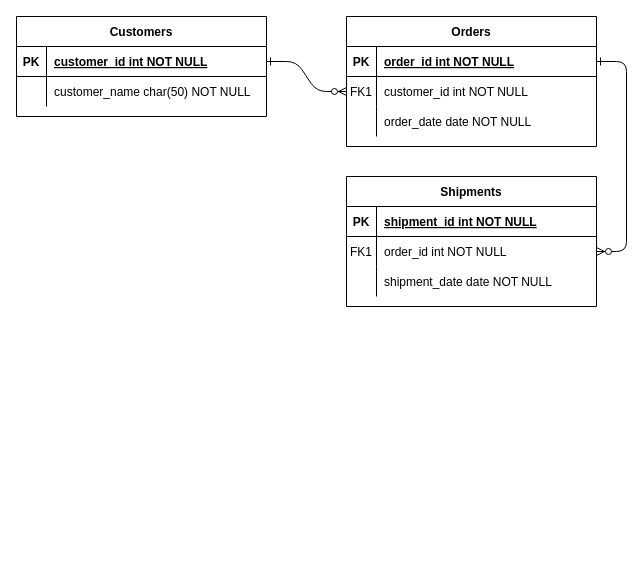
Earlier version of the draw.io diagram ERD-gobus.drawio (nentinur/IF215007-IF215008). Source tidied: cells renumbered, new cells numbered last; positions are measured from the earlier drawing's top-left corner, leaving out a move shared by most shapes. Both pictures are drawn from the tidied source at 100%, with x=0, y=0 at pixel (16, 16).
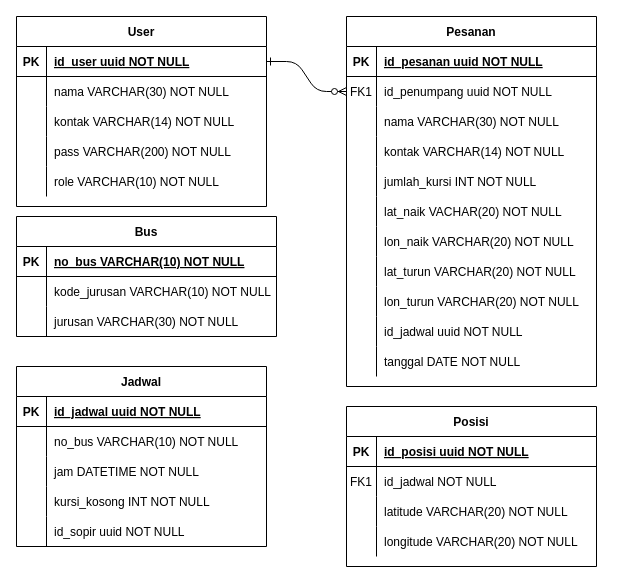
The same diagram, later.

The change refers to these unchanged cells:
```xml
<mxCell id="5" style="shape=partialRectangle;fillColor=none;points=[[0,0.5],[1,0.5]];portConstraint=eastwest;top=0;left=0;right=0;bottom=1;" parent="4" vertex="1">
  <mxGeometry y="30" width="250" height="30" as="geometry" />
</mxCell>
<mxCell id="8" style="shape=partialRectangle;fillColor=none;points=[[0,0.5],[1,0.5]];portConstraint=eastwest;top=0;left=0;right=0;bottom=0;" parent="4" vertex="1">
  <mxGeometry y="60" width="250" height="30" as="geometry" />
</mxCell>
<mxCell id="11" style="shape=partialRectangle;fillColor=none;top=0;left=0;right=0;bottom=0;" parent="4" vertex="1">
  <mxGeometry y="90" width="250" height="30" as="geometry" />
</mxCell>
<mxCell id="15" style="shape=partialRectangle;fillColor=none;top=0;left=0;right=0;bottom=1;" parent="14" vertex="1">
  <mxGeometry y="30" width="250" height="30" as="geometry" />
</mxCell>
<mxCell id="18" style="shape=partialRectangle;fillColor=none;points=[[0,0.5],[1,0.5]];portConstraint=eastwest;top=0;left=0;right=0;bottom=0;" parent="14" vertex="1">
  <mxGeometry y="60" width="250" height="30" as="geometry" />
</mxCell>
<mxCell id="21" style="shape=partialRectangle;fillColor=none;top=0;left=0;right=0;bottom=0;" parent="14" vertex="1">
  <mxGeometry y="90" width="250" height="30" as="geometry" />
</mxCell>
<mxCell id="25" style="shape=partialRectangle;fillColor=none;points=[[0,0.5],[1,0.5]];portConstraint=eastwest;top=0;left=0;right=0;bottom=1;" parent="24" vertex="1">
  <mxGeometry y="30" width="250" height="30" as="geometry" />
</mxCell>
<mxCell id="28" style="shape=partialRectangle;fillColor=none;top=0;left=0;right=0;bottom=0;" parent="24" vertex="1">
  <mxGeometry y="60" width="250" height="30" as="geometry" />
</mxCell>
```

What changed in the source:
```diff
@@
-    <mxCell id="3" style="edgeStyle=entityRelationEdgeStyle;endArrow=ERzeroToMany;startArrow=ERone;endFill=1;startFill=0;" parent="1" edge="1" source="5" target="18">
-      <mxGeometry relative="1" as="geometry" />
-    </mxCell>
-    <mxCell id="4" value="Orders" style="shape=table;startSize=30;childLayout=tableLayout;rowLines=0;fontStyle=1;align=center;" parent="1" vertex="1">
-      <mxGeometry x="330" width="250" height="130" as="geometry" />
+    <mxCell id="4" value="Pesanan" style="shape=table;startSize=30;childLayout=tableLayout;rowLines=0;fontStyle=1;align=center;" parent="1" vertex="1">
+      <mxGeometry x="330" width="250" height="370" as="geometry" />
     </mxCell>
@@
-    <mxCell id="7" value="order_id int NOT NULL " style="shape=partialRectangle;overflow=hidden;fillColor=none;top=0;left=0;bottom=0;right=0;align=left;spacingLeft=6;fontStyle=5;" parent="5" vertex="1">
+    <mxCell id="7" value="id_pesanan uuid NOT NULL " style="shape=partialRectangle;overflow=hidden;fillColor=none;top=0;left=0;bottom=0;right=0;align=left;spacingLeft=6;fontStyle=5;" parent="5" vertex="1">
       <mxGeometry x="30" width="220" height="30" as="geometry" />
     </mxCell>
@@
-    <mxCell id="10" value="customer_id int NOT NULL" style="shape=partialRectangle;overflow=hidden;fillColor=none;top=0;left=0;bottom=0;right=0;align=left;spacingLeft=6;" parent="8" vertex="1">
+    <mxCell id="10" value="id_penumpang uuid NOT NULL" style="shape=partialRectangle;overflow=hidden;fillColor=none;top=0;left=0;bottom=0;right=0;align=left;spacingLeft=6;" parent="8" vertex="1">
       <mxGeometry x="30" width="220" height="30" as="geometry" />
     </mxCell>
@@
-    <mxCell id="13" value="order_date date NOT NULL" style="shape=partialRectangle;overflow=hidden;fillColor=none;top=0;left=0;bottom=0;right=0;align=left;spacingLeft=6;" parent="11" vertex="1">
+    <mxCell id="13" value="nama VARCHAR(30) NOT NULL" style="shape=partialRectangle;overflow=hidden;fillColor=none;top=0;left=0;bottom=0;right=0;align=left;spacingLeft=6;" parent="11" vertex="1">
       <mxGeometry x="30" width="220" height="30" as="geometry" />
     </mxCell>
+    <mxCell id="31" style="shape=partialRectangle;fillColor=none;top=0;left=0;right=0;bottom=0;" parent="4" vertex="1">
+      <mxGeometry y="120" width="250" height="30" as="geometry" />
+    </mxCell>
+    <mxCell id="32" style="shape=partialRectangle;overflow=hidden;fillColor=none;top=0;left=0;bottom=0;right=0;" parent="31" vertex="1">
+      <mxGeometry width="30" height="30" as="geometry" />
+    </mxCell>
+    <mxCell id="33" value="kontak VARCHAR(14) NOT NULL" style="shape=partialRectangle;overflow=hidden;fillColor=none;top=0;left=0;bottom=0;right=0;align=left;spacingLeft=6;" parent="31" vertex="1">
+      <mxGeometry x="30" width="220" height="30" as="geometry" />
+    </mxCell>
+    <mxCell id="34" style="shape=partialRectangle;fillColor=none;top=0;left=0;right=0;bottom=0;" parent="4" vertex="1">
+      <mxGeometry y="150" width="250" height="30" as="geometry" />
+    </mxCell>
+    <mxCell id="35" style="shape=partialRectangle;overflow=hidden;fillColor=none;top=0;left=0;bottom=0;right=0;" parent="34" vertex="1">
+      <mxGeometry width="30" height="30" as="geometry" />
+    </mxCell>
+    <mxCell id="36" value="jumlah_kursi INT NOT NULL" style="shape=partialRectangle;overflow=hidden;fillColor=none;top=0;left=0;bottom=0;right=0;align=left;spacingLeft=6;" parent="34" vertex="1">
+      <mxGeometry x="30" width="220" height="30" as="geometry" />
+    </mxCell>
+    <mxCell id="37" style="shape=partialRectangle;fillColor=none;top=0;left=0;right=0;bottom=0;" parent="4" vertex="1">
+      <mxGeometry y="180" width="250" height="30" as="geometry" />
+    </mxCell>
+    <mxCell id="38" style="shape=partialRectangle;overflow=hidden;fillColor=none;top=0;left=0;bottom=0;right=0;" parent="37" vertex="1">
+      <mxGeometry width="30" height="30" as="geometry" />
+    </mxCell>
+    <mxCell id="39" value="lat_naik VACHAR(20) NOT NULL" style="shape=partialRectangle;overflow=hidden;fillColor=none;top=0;left=0;bottom=0;right=0;align=left;spacingLeft=6;" parent="37" vertex="1">
+      <mxGeometry x="30" width="220" height="30" as="geometry" />
+    </mxCell>
+    <mxCell id="40" style="shape=partialRectangle;fillColor=none;top=0;left=0;right=0;bottom=0;" parent="4" vertex="1">
+      <mxGeometry y="210" width="250" height="30" as="geometry" />
+    </mxCell>
+    <mxCell id="41" style="shape=partialRectangle;overflow=hidden;fillColor=none;top=0;left=0;bottom=0;right=0;" parent="40" vertex="1">
+      <mxGeometry width="30" height="30" as="geometry" />
+    </mxCell>
+    <mxCell id="42" value="lon_naik VARCHAR(20) NOT NULL" style="shape=partialRectangle;overflow=hidden;fillColor=none;top=0;left=0;bottom=0;right=0;align=left;spacingLeft=6;" parent="40" vertex="1">
+      <mxGeometry x="30" width="220" height="30" as="geometry" />
+    </mxCell>
+    <mxCell id="43" style="shape=partialRectangle;fillColor=none;top=0;left=0;right=0;bottom=0;" parent="4" vertex="1">
+      <mxGeometry y="240" width="250" height="30" as="geometry" />
+    </mxCell>
+    <mxCell id="44" style="shape=partialRectangle;overflow=hidden;fillColor=none;top=0;left=0;bottom=0;right=0;" parent="43" vertex="1">
+      <mxGeometry width="30" height="30" as="geometry" />
+    </mxCell>
+    <mxCell id="45" value="lat_turun VARCHAR(20) NOT NULL" style="shape=partialRectangle;overflow=hidden;fillColor=none;top=0;left=0;bottom=0;right=0;align=left;spacingLeft=6;" parent="43" vertex="1">
+      <mxGeometry x="30" width="220" height="30" as="geometry" />
+    </mxCell>
+    <mxCell id="46" style="shape=partialRectangle;fillColor=none;top=0;left=0;right=0;bottom=0;" parent="4" vertex="1">
+      <mxGeometry y="270" width="250" height="30" as="geometry" />
+    </mxCell>
+    <mxCell id="47" style="shape=partialRectangle;overflow=hidden;fillColor=none;top=0;left=0;bottom=0;right=0;" parent="46" vertex="1">
+      <mxGeometry width="30" height="30" as="geometry" />
+    </mxCell>
+    <mxCell id="48" value="lon_turun VARCHAR(20) NOT NULL" style="shape=partialRectangle;overflow=hidden;fillColor=none;top=0;left=0;bottom=0;right=0;align=left;spacingLeft=6;" parent="46" vertex="1">
+      <mxGeometry x="30" width="220" height="30" as="geometry" />
+    </mxCell>
+    <mxCell id="49" style="shape=partialRectangle;fillColor=none;top=0;left=0;right=0;bottom=0;" parent="4" vertex="1">
+      <mxGeometry y="300" width="250" height="30" as="geometry" />
+    </mxCell>
+    <mxCell id="50" style="shape=partialRectangle;overflow=hidden;fillColor=none;top=0;left=0;bottom=0;right=0;" parent="49" vertex="1">
+      <mxGeometry width="30" height="30" as="geometry" />
+    </mxCell>
+    <mxCell id="51" value="id_jadwal uuid NOT NULL" style="shape=partialRectangle;overflow=hidden;fillColor=none;top=0;left=0;bottom=0;right=0;align=left;spacingLeft=6;" parent="49" vertex="1">
+      <mxGeometry x="30" width="220" height="30" as="geometry" />
+    </mxCell>
+    <mxCell id="52" style="shape=partialRectangle;fillColor=none;top=0;left=0;right=0;bottom=0;" parent="4" vertex="1">
+      <mxGeometry y="330" width="250" height="30" as="geometry" />
+    </mxCell>
+    <mxCell id="53" style="shape=partialRectangle;overflow=hidden;fillColor=none;top=0;left=0;bottom=0;right=0;" parent="52" vertex="1">
+      <mxGeometry width="30" height="30" as="geometry" />
+    </mxCell>
+    <mxCell id="54" value="tanggal DATE NOT NULL" style="shape=partialRectangle;overflow=hidden;fillColor=none;top=0;left=0;bottom=0;right=0;align=left;spacingLeft=6;" parent="52" vertex="1">
+      <mxGeometry x="30" width="220" height="30" as="geometry" />
+    </mxCell>
-    <mxCell id="14" value="Shipments" style="shape=table;startSize=30;childLayout=tableLayout;rowLines=0;fontStyle=1;align=center;" parent="1" vertex="1">
-      <mxGeometry x="330" y="160" width="250" height="130" as="geometry" />
+    <mxCell id="14" value="Posisi" style="shape=table;startSize=30;childLayout=tableLayout;rowLines=0;fontStyle=1;align=center;" parent="1" vertex="1">
+      <mxGeometry x="330" y="390" width="250" height="160" as="geometry" />
     </mxCell>
@@
-    <mxCell id="17" value="shipment_id int NOT NULL " style="shape=partialRectangle;overflow=hidden;fillColor=none;top=0;left=0;bottom=0;right=0;align=left;spacingLeft=6;fontStyle=5;" parent="15" vertex="1">
+    <mxCell id="17" value="id_posisi uuid NOT NULL " style="shape=partialRectangle;overflow=hidden;fillColor=none;top=0;left=0;bottom=0;right=0;align=left;spacingLeft=6;fontStyle=5;" parent="15" vertex="1">
       <mxGeometry x="30" width="220" height="30" as="geometry" />
     </mxCell>
@@
-    <mxCell id="20" value="order_id int NOT NULL" style="shape=partialRectangle;overflow=hidden;fillColor=none;top=0;left=0;bottom=0;right=0;align=left;spacingLeft=6;" parent="18" vertex="1">
+    <mxCell id="20" value="id_jadwal NOT NULL" style="shape=partialRectangle;overflow=hidden;fillColor=none;top=0;left=0;bottom=0;right=0;align=left;spacingLeft=6;" parent="18" vertex="1">
       <mxGeometry x="30" width="220" height="30" as="geometry" />
     </mxCell>
@@
-    <mxCell id="23" value="shipment_date date NOT NULL" style="shape=partialRectangle;overflow=hidden;fillColor=none;top=0;left=0;bottom=0;right=0;align=left;spacingLeft=6;" parent="21" vertex="1">
+    <mxCell id="23" value="latitude VARCHAR(20) NOT NULL" style="shape=partialRectangle;overflow=hidden;fillColor=none;top=0;left=0;bottom=0;right=0;align=left;spacingLeft=6;" parent="21" vertex="1">
       <mxGeometry x="30" width="220" height="30" as="geometry" />
     </mxCell>
+    <mxCell id="55" style="shape=partialRectangle;fillColor=none;top=0;left=0;right=0;bottom=0;" parent="14" vertex="1">
+      <mxGeometry y="120" width="250" height="30" as="geometry" />
+    </mxCell>
+    <mxCell id="56" style="shape=partialRectangle;overflow=hidden;fillColor=none;top=0;left=0;bottom=0;right=0;" parent="55" vertex="1">
+      <mxGeometry width="30" height="30" as="geometry" />
+    </mxCell>
+    <mxCell id="57" value="longitude VARCHAR(20) NOT NULL" style="shape=partialRectangle;overflow=hidden;fillColor=none;top=0;left=0;bottom=0;right=0;align=left;spacingLeft=6;" parent="55" vertex="1">
+      <mxGeometry x="30" width="220" height="30" as="geometry" />
+    </mxCell>
-    <mxCell id="24" value="Customers" style="shape=table;startSize=30;childLayout=tableLayout;rowLines=0;fontStyle=1;align=center;" parent="1" vertex="1">
-      <mxGeometry width="250" height="100" as="geometry" />
+    <mxCell id="24" value="User" style="shape=table;startSize=30;childLayout=tableLayout;rowLines=0;fontStyle=1;align=center;" parent="1" vertex="1">
+      <mxGeometry width="250" height="190" as="geometry" />
     </mxCell>
@@
-    <mxCell id="27" value="customer_id int NOT NULL " style="shape=partialRectangle;overflow=hidden;fillColor=none;top=0;left=0;bottom=0;right=0;align=left;spacingLeft=6;fontStyle=5;" parent="25" vertex="1">
+    <mxCell id="27" value="id_user uuid NOT NULL " style="shape=partialRectangle;overflow=hidden;fillColor=none;top=0;left=0;bottom=0;right=0;align=left;spacingLeft=6;fontStyle=5;" parent="25" vertex="1">
       <mxGeometry x="30" width="220" height="30" as="geometry" />
     </mxCell>
@@
-    <mxCell id="30" value="customer_name char(50) NOT NULL" style="shape=partialRectangle;overflow=hidden;fillColor=none;top=0;left=0;bottom=0;right=0;align=left;spacingLeft=6;" parent="28" vertex="1">
+    <mxCell id="30" value="nama VARCHAR(30) NOT NULL" style="shape=partialRectangle;overflow=hidden;fillColor=none;top=0;left=0;bottom=0;right=0;align=left;spacingLeft=6;" parent="28" vertex="1">
       <mxGeometry x="30" width="220" height="30" as="geometry" />
     </mxCell>
+    <mxCell id="58" style="shape=partialRectangle;fillColor=none;top=0;left=0;right=0;bottom=0;" parent="24" vertex="1">
+      <mxGeometry y="90" width="250" height="30" as="geometry" />
+    </mxCell>
+    <mxCell id="59" style="shape=partialRectangle;overflow=hidden;fillColor=none;top=0;left=0;bottom=0;right=0;" parent="58" vertex="1">
+      <mxGeometry width="30" height="30" as="geometry" />
+    </mxCell>
+    <mxCell id="60" value="kontak VARCHAR(14) NOT NULL" style="shape=partialRectangle;overflow=hidden;fillColor=none;top=0;left=0;bottom=0;right=0;align=left;spacingLeft=6;" parent="58" vertex="1">
+      <mxGeometry x="30" width="220" height="30" as="geometry" />
+    </mxCell>
+    <mxCell id="61" style="shape=partialRectangle;fillColor=none;top=0;left=0;right=0;bottom=0;" parent="24" vertex="1">
+      <mxGeometry y="120" width="250" height="30" as="geometry" />
+    </mxCell>
+    <mxCell id="62" style="shape=partialRectangle;overflow=hidden;fillColor=none;top=0;left=0;bottom=0;right=0;" parent="61" vertex="1">
+      <mxGeometry width="30" height="30" as="geometry" />
+    </mxCell>
+    <mxCell id="63" value="pass VARCHAR(200) NOT NULL" style="shape=partialRectangle;overflow=hidden;fillColor=none;top=0;left=0;bottom=0;right=0;align=left;spacingLeft=6;" parent="61" vertex="1">
+      <mxGeometry x="30" width="220" height="30" as="geometry" />
+    </mxCell>
+    <mxCell id="64" style="shape=partialRectangle;fillColor=none;top=0;left=0;right=0;bottom=0;" parent="24" vertex="1">
+      <mxGeometry y="150" width="250" height="30" as="geometry" />
+    </mxCell>
+    <mxCell id="65" style="shape=partialRectangle;overflow=hidden;fillColor=none;top=0;left=0;bottom=0;right=0;" parent="64" vertex="1">
+      <mxGeometry width="30" height="30" as="geometry" />
+    </mxCell>
+    <mxCell id="66" value="role VARCHAR(10) NOT NULL" style="shape=partialRectangle;overflow=hidden;fillColor=none;top=0;left=0;bottom=0;right=0;align=left;spacingLeft=6;" parent="64" vertex="1">
+      <mxGeometry x="30" width="220" height="30" as="geometry" />
+    </mxCell>
+    <mxCell id="67" value="Jadwal" style="shape=table;startSize=30;childLayout=tableLayout;rowLines=0;fontStyle=1;align=center;" parent="1" vertex="1">
+      <mxGeometry y="350" width="250" height="180" as="geometry" />
+    </mxCell>
+    <mxCell id="68" style="shape=tableRow;horizontal=0;startSize=0;swimlaneHead=0;swimlaneBody=0;fillColor=none;top=0;left=0;right=0;bottom=1;" parent="67" vertex="1">
+      <mxGeometry y="30" width="250" height="30" as="geometry" />
+    </mxCell>
+    <mxCell id="69" value="PK" style="shape=partialRectangle;fillColor=none;top=0;left=0;bottom=0;right=0;fontStyle=1;overflow=hidden;" parent="68" vertex="1">
+      <mxGeometry width="30" height="30" as="geometry" />
+    </mxCell>
+    <mxCell id="70" value="id_jadwal uuid NOT NULL" style="shape=partialRectangle;fillColor=none;top=0;left=0;bottom=0;right=0;align=left;spacingLeft=6;fontStyle=5;overflow=hidden;" parent="68" vertex="1">
+      <mxGeometry x="30" width="220" height="30" as="geometry" />
+    </mxCell>
+    <mxCell id="71" style="shape=tableRow;horizontal=0;startSize=0;swimlaneHead=0;swimlaneBody=0;fillColor=none;top=0;left=0;right=0;bottom=0;" parent="67" vertex="1">
+      <mxGeometry y="60" width="250" height="30" as="geometry" />
+    </mxCell>
+    <mxCell id="72" style="shape=partialRectangle;fillColor=none;top=0;left=0;bottom=0;right=0;overflow=hidden;" parent="71" vertex="1">
+      <mxGeometry width="30" height="30" as="geometry" />
+    </mxCell>
+    <mxCell id="73" value="no_bus VARCHAR(10) NOT NULL" style="shape=partialRectangle;fillColor=none;top=0;left=0;bottom=0;right=0;align=left;spacingLeft=6;overflow=hidden;" parent="71" vertex="1">
+      <mxGeometry x="30" width="220" height="30" as="geometry" />
+    </mxCell>
+    <mxCell id="74" style="shape=tableRow;horizontal=0;startSize=0;swimlaneHead=0;swimlaneBody=0;fillColor=none;top=0;left=0;right=0;bottom=0;" parent="67" vertex="1">
+      <mxGeometry y="90" width="250" height="30" as="geometry" />
+    </mxCell>
+    <mxCell id="75" style="shape=partialRectangle;fillColor=none;top=0;left=0;bottom=0;right=0;overflow=hidden;" parent="74" vertex="1">
+      <mxGeometry width="30" height="30" as="geometry" />
+    </mxCell>
+    <mxCell id="76" value="jam DATETIME NOT NULL" style="shape=partialRectangle;fillColor=none;top=0;left=0;bottom=0;right=0;align=left;spacingLeft=6;overflow=hidden;" parent="74" vertex="1">
+      <mxGeometry x="30" width="220" height="30" as="geometry" />
+    </mxCell>
+    <mxCell id="77" style="shape=tableRow;horizontal=0;startSize=0;swimlaneHead=0;swimlaneBody=0;fillColor=none;top=0;left=0;right=0;bottom=0;" parent="67" vertex="1">
+      <mxGeometry y="120" width="250" height="30" as="geometry" />
+    </mxCell>
+    <mxCell id="78" style="shape=partialRectangle;fillColor=none;top=0;left=0;bottom=0;right=0;overflow=hidden;" parent="77" vertex="1">
+      <mxGeometry width="30" height="30" as="geometry" />
+    </mxCell>
+    <mxCell id="79" value="kursi_kosong INT NOT NULL" style="shape=partialRectangle;fillColor=none;top=0;left=0;bottom=0;right=0;align=left;spacingLeft=6;overflow=hidden;" parent="77" vertex="1">
+      <mxGeometry x="30" width="220" height="30" as="geometry" />
+    </mxCell>
+    <mxCell id="80" style="shape=tableRow;horizontal=0;startSize=0;swimlaneHead=0;swimlaneBody=0;fillColor=none;top=0;left=0;right=0;bottom=0;" parent="67" vertex="1">
+      <mxGeometry y="150" width="250" height="30" as="geometry" />
+    </mxCell>
+    <mxCell id="81" style="shape=partialRectangle;fillColor=none;top=0;left=0;bottom=0;right=0;overflow=hidden;" parent="80" vertex="1">
+      <mxGeometry width="30" height="30" as="geometry" />
+    </mxCell>
+    <mxCell id="82" value="id_sopir uuid NOT NULL" style="shape=partialRectangle;fillColor=none;top=0;left=0;bottom=0;right=0;align=left;spacingLeft=6;overflow=hidden;" parent="80" vertex="1">
+      <mxGeometry x="30" width="220" height="30" as="geometry" />
+    </mxCell>
+    <mxCell id="83" value="Bus" style="shape=table;startSize=30;childLayout=tableLayout;rowLines=0;fontStyle=1;align=center;" parent="1" vertex="1">
+      <mxGeometry y="200" width="260" height="120" as="geometry" />
+    </mxCell>
+    <mxCell id="84" style="shape=tableRow;horizontal=0;startSize=0;swimlaneHead=0;swimlaneBody=0;fillColor=none;top=0;left=0;right=0;bottom=1;" parent="83" vertex="1">
+      <mxGeometry y="30" width="260" height="30" as="geometry" />
+    </mxCell>
+    <mxCell id="85" value="PK" style="shape=partialRectangle;fillColor=none;top=0;left=0;bottom=0;right=0;fontStyle=1;overflow=hidden;" parent="84" vertex="1">
+      <mxGeometry width="30" height="30" as="geometry" />
+    </mxCell>
+    <mxCell id="86" value="no_bus VARCHAR(10) NOT NULL" style="shape=partialRectangle;fillColor=none;top=0;left=0;bottom=0;right=0;align=left;spacingLeft=6;fontStyle=5;overflow=hidden;" parent="84" vertex="1">
+      <mxGeometry x="30" width="230" height="30" as="geometry" />
+    </mxCell>
+    <mxCell id="87" style="shape=tableRow;horizontal=0;startSize=0;swimlaneHead=0;swimlaneBody=0;fillColor=none;top=0;left=0;right=0;bottom=0;" parent="83" vertex="1">
+      <mxGeometry y="60" width="260" height="30" as="geometry" />
+    </mxCell>
+    <mxCell id="88" style="shape=partialRectangle;fillColor=none;top=0;left=0;bottom=0;right=0;overflow=hidden;" parent="87" vertex="1">
+      <mxGeometry width="30" height="30" as="geometry" />
+    </mxCell>
+    <mxCell id="89" value="kode_jurusan VARCHAR(10) NOT NULL" style="shape=partialRectangle;fillColor=none;top=0;left=0;bottom=0;right=0;align=left;spacingLeft=6;overflow=hidden;" parent="87" vertex="1">
+      <mxGeometry x="30" width="230" height="30" as="geometry" />
+    </mxCell>
+    <mxCell id="90" style="shape=tableRow;horizontal=0;startSize=0;swimlaneHead=0;swimlaneBody=0;fillColor=none;top=0;left=0;right=0;bottom=0;" parent="83" vertex="1">
+      <mxGeometry y="90" width="260" height="30" as="geometry" />
+    </mxCell>
+    <mxCell id="91" style="shape=partialRectangle;fillColor=none;top=0;left=0;bottom=0;right=0;overflow=hidden;" parent="90" vertex="1">
+      <mxGeometry width="30" height="30" as="geometry" />
+    </mxCell>
+    <mxCell id="92" value="jurusan VARCHAR(30) NOT NULL" style="shape=partialRectangle;fillColor=none;top=0;left=0;bottom=0;right=0;align=left;spacingLeft=6;overflow=hidden;" parent="90" vertex="1">
+      <mxGeometry x="30" width="230" height="30" as="geometry" />
+    </mxCell>
```
